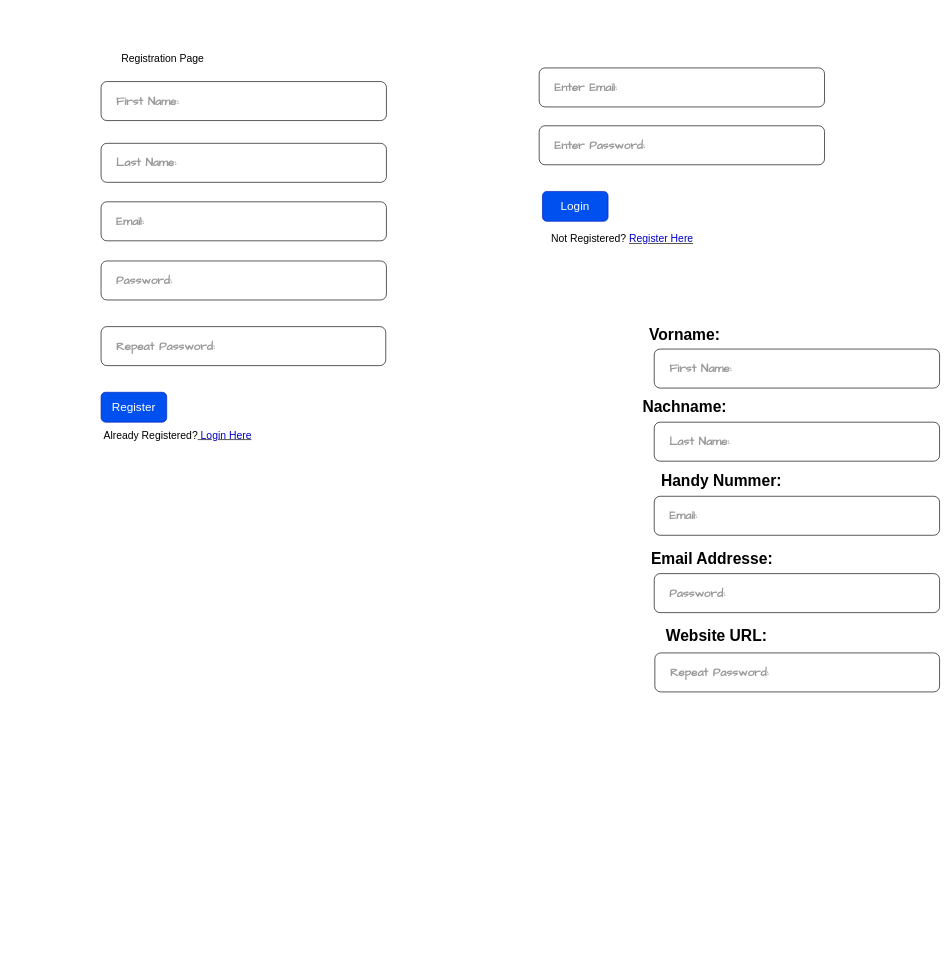
Yousefi313/IT_LF12a_Project keeps this draw.io diagram as mockUpFolder/GUI_Entwurf.drawio. Above is the earlier version. Source tidied: cells renumbered, new cells numbered last; positions are measured from the earlier drawing's top-left corner, leaving out a move shared by most shapes. Both pictures are drawn from the tidied source at 65%, with x=0, y=0 at pixel (88, 48).
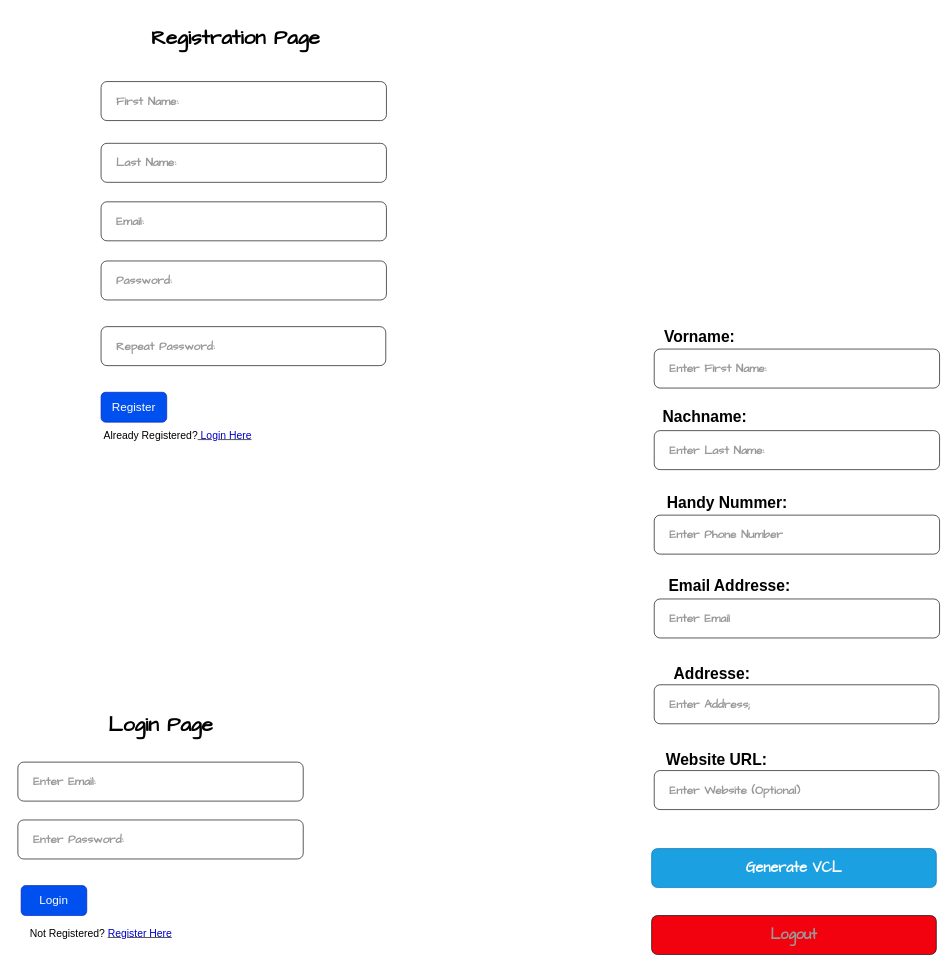
The same diagram, later.

Diff of the diagram source:
```diff
@@
-    <mxCell id="9" value="Registration Page" style="text;html=1;align=center;verticalAlign=middle;whiteSpace=wrap;rounded=0;fontSize=16;" parent="1" vertex="1">
-      <mxGeometry x="18" width="194" height="30" as="geometry" />
+    <mxCell id="9" value="&lt;h1&gt;&lt;font face=&quot;Comic Sans MS&quot;&gt;Registration Page&lt;/font&gt;&lt;/h1&gt;" style="text;html=1;align=center;verticalAlign=middle;whiteSpace=wrap;rounded=0;fontSize=16;" parent="1" vertex="1">
+      <mxGeometry x="36" y="-31" width="382" height="30" as="geometry" />
     </mxCell>
     <mxCell id="10" value="&lt;h2&gt;&lt;font style=&quot;&quot; color=&quot;#999999&quot; face=&quot;Comic Sans MS&quot;&gt;&amp;nbsp; &amp;nbsp;Enter Email:&lt;/font&gt;&lt;/h2&gt;" style="rounded=1;whiteSpace=wrap;html=1;align=left;" parent="1" vertex="1">
-      <mxGeometry x="694" y="30" width="439" height="60" as="geometry" />
+      <mxGeometry x="-108" y="1098" width="439" height="60" as="geometry" />
     </mxCell>
     <mxCell id="11" value="&lt;h2&gt;&lt;font style=&quot;&quot; color=&quot;#999999&quot; face=&quot;Comic Sans MS&quot;&gt;&amp;nbsp; &amp;nbsp;Enter Password:&lt;/font&gt;&lt;/h2&gt;" style="rounded=1;whiteSpace=wrap;html=1;align=left;" parent="1" vertex="1">
-      <mxGeometry x="694" y="119" width="439" height="60" as="geometry" />
+      <mxGeometry x="-108" y="1187" width="439" height="60" as="geometry" />
     </mxCell>
     <mxCell id="12" value="&lt;font style=&quot;font-size: 18px;&quot;&gt;Login&lt;/font&gt;" style="rounded=1;whiteSpace=wrap;html=1;fillColor=#0050ef;fontColor=#ffffff;strokeColor=#001DBC;" parent="1" vertex="1">
-      <mxGeometry x="699" y="220" width="101" height="46" as="geometry" />
+      <mxGeometry x="-103" y="1288" width="101" height="46" as="geometry" />
     </mxCell>
     <mxCell id="13" value="Not Registered?&amp;nbsp;&lt;u&gt;&lt;font color=&quot;#0000cc&quot;&gt;Register Here&lt;/font&gt;&lt;/u&gt;" style="text;html=1;align=center;verticalAlign=middle;whiteSpace=wrap;rounded=0;fontSize=16;" parent="1" vertex="1">
-      <mxGeometry x="684" y="278" width="276" height="30" as="geometry" />
+      <mxGeometry x="-118" y="1346" width="276" height="30" as="geometry" />
     </mxCell>
-    <mxCell id="14" value="&lt;h2&gt;&lt;font color=&quot;#999999&quot; face=&quot;Comic Sans MS&quot;&gt;&amp;nbsp; &amp;nbsp;First Name:&lt;/font&gt;&lt;/h2&gt;" style="rounded=1;whiteSpace=wrap;html=1;align=left;strokeWidth=1;" parent="1" vertex="1">
+    <mxCell id="14" value="&lt;h2&gt;&lt;font color=&quot;#999999&quot; face=&quot;Comic Sans MS&quot;&gt;&amp;nbsp; &amp;nbsp;Enter First Name:&lt;/font&gt;&lt;/h2&gt;" style="rounded=1;whiteSpace=wrap;html=1;align=left;strokeWidth=1;" parent="1" vertex="1">
       <mxGeometry x="871" y="462.5" width="439" height="60" as="geometry" />
     </mxCell>
-    <mxCell id="15" value="&lt;h2&gt;&lt;font style=&quot;&quot; color=&quot;#999999&quot; face=&quot;Comic Sans MS&quot;&gt;&amp;nbsp; &amp;nbsp;Last Name:&lt;/font&gt;&lt;/h2&gt;" style="rounded=1;whiteSpace=wrap;html=1;align=left;" parent="1" vertex="1">
-      <mxGeometry x="871" y="575" width="439" height="60" as="geometry" />
+    <mxCell id="15" value="&lt;h2&gt;&lt;font style=&quot;&quot; color=&quot;#999999&quot; face=&quot;Comic Sans MS&quot;&gt;&amp;nbsp; &amp;nbsp;Enter Last Name:&lt;/font&gt;&lt;/h2&gt;" style="rounded=1;whiteSpace=wrap;html=1;align=left;" parent="1" vertex="1">
+      <mxGeometry x="871" y="588" width="439" height="60" as="geometry" />
     </mxCell>
-    <mxCell id="16" value="&lt;h2&gt;&lt;font style=&quot;&quot; color=&quot;#999999&quot; face=&quot;Comic Sans MS&quot;&gt;&amp;nbsp; &amp;nbsp;Repeat Password:&lt;/font&gt;&lt;/h2&gt;" style="rounded=1;whiteSpace=wrap;html=1;align=left;" parent="1" vertex="1">
-      <mxGeometry x="872" y="930" width="438" height="60" as="geometry" />
+    <mxCell id="16" value="&lt;h2&gt;&lt;font style=&quot;&quot; color=&quot;#999999&quot; face=&quot;Comic Sans MS&quot;&gt;&amp;nbsp; &amp;nbsp;Enter Address;&lt;/font&gt;&lt;/h2&gt;" style="rounded=1;whiteSpace=wrap;html=1;align=left;" parent="1" vertex="1">
+      <mxGeometry x="871" y="979" width="438" height="60" as="geometry" />
     </mxCell>
-    <mxCell id="17" value="&lt;h2&gt;&lt;font style=&quot;&quot; color=&quot;#999999&quot; face=&quot;Comic Sans MS&quot;&gt;&amp;nbsp; &amp;nbsp;Password:&lt;/font&gt;&lt;/h2&gt;" style="rounded=1;whiteSpace=wrap;html=1;align=left;" parent="1" vertex="1">
-      <mxGeometry x="871" y="808" width="439" height="60" as="geometry" />
+    <mxCell id="17" value="&lt;h2&gt;&lt;font face=&quot;Comic Sans MS&quot; color=&quot;#999999&quot;&gt;&amp;nbsp; &amp;nbsp;Enter Email&lt;/font&gt;&lt;/h2&gt;" style="rounded=1;whiteSpace=wrap;html=1;align=left;" parent="1" vertex="1">
+      <mxGeometry x="871" y="847" width="439" height="60" as="geometry" />
     </mxCell>
-    <mxCell id="18" value="&lt;h2&gt;&lt;font style=&quot;&quot; color=&quot;#999999&quot; face=&quot;Comic Sans MS&quot;&gt;&amp;nbsp; &amp;nbsp;Email:&lt;/font&gt;&lt;/h2&gt;" style="rounded=1;whiteSpace=wrap;html=1;align=left;" parent="1" vertex="1">
-      <mxGeometry x="871" y="689" width="439" height="60" as="geometry" />
+    <mxCell id="18" value="&lt;h2&gt;&lt;font face=&quot;Comic Sans MS&quot; color=&quot;#999999&quot;&gt;&amp;nbsp; &amp;nbsp;Enter Phone Number&lt;/font&gt;&lt;/h2&gt;" style="rounded=1;whiteSpace=wrap;html=1;align=left;" parent="1" vertex="1">
+      <mxGeometry x="871" y="718" width="439" height="60" as="geometry" />
     </mxCell>
     <mxCell id="19" value="&lt;h2&gt;&lt;b&gt;Vorname:&lt;/b&gt;&lt;/h2&gt;" style="text;html=1;align=center;verticalAlign=middle;whiteSpace=wrap;rounded=0;fontSize=16;" parent="1" vertex="1">
-      <mxGeometry x="829" y="411" width="178" height="59" as="geometry" />
+      <mxGeometry x="852" y="414" width="178" height="59" as="geometry" />
     </mxCell>
     <mxCell id="20" value="&lt;h2&gt;&lt;b&gt;Nachname:&lt;/b&gt;&lt;/h2&gt;" style="text;html=1;align=center;verticalAlign=middle;whiteSpace=wrap;rounded=0;fontSize=16;" parent="1" vertex="1">
-      <mxGeometry x="829" y="522.5" width="178" height="59" as="geometry" />
+      <mxGeometry x="860" y="537" width="178" height="59" as="geometry" />
     </mxCell>
     <mxCell id="21" value="&lt;h2&gt;&lt;b&gt;Handy Nummer:&lt;/b&gt;&lt;/h2&gt;" style="text;html=1;align=center;verticalAlign=middle;whiteSpace=wrap;rounded=0;fontSize=16;" parent="1" vertex="1">
-      <mxGeometry x="829" y="635" width="291" height="59" as="geometry" />
+      <mxGeometry x="838" y="669" width="291" height="59" as="geometry" />
     </mxCell>
     <mxCell id="22" value="&lt;h2&gt;&lt;b&gt;Email Addresse:&lt;/b&gt;&lt;/h2&gt;" style="text;html=1;align=center;verticalAlign=middle;whiteSpace=wrap;rounded=0;fontSize=16;" parent="1" vertex="1">
-      <mxGeometry x="824.5" y="755" width="269.5" height="59" as="geometry" />
+      <mxGeometry x="852" y="798" width="269.5" height="59" as="geometry" />
     </mxCell>
-    <mxCell id="23" value="&lt;h2&gt;&lt;b&gt;Website URL:&lt;/b&gt;&lt;/h2&gt;" style="text;html=1;align=center;verticalAlign=middle;whiteSpace=wrap;rounded=0;fontSize=16;" parent="1" vertex="1">
-      <mxGeometry x="878" y="874" width="178" height="59" as="geometry" />
+    <mxCell id="23" value="&lt;h2&gt;&lt;b&gt;Addresse:&lt;/b&gt;&lt;/h2&gt;" style="text;html=1;align=center;verticalAlign=middle;whiteSpace=wrap;rounded=0;fontSize=16;" parent="1" vertex="1">
+      <mxGeometry x="871" y="932" width="178" height="59" as="geometry" />
     </mxCell>
+    <mxCell id="24" value="&lt;h2&gt;&lt;b&gt;Website URL:&lt;/b&gt;&lt;/h2&gt;" style="text;html=1;align=center;verticalAlign=middle;whiteSpace=wrap;rounded=0;fontSize=16;" parent="1" vertex="1">
+      <mxGeometry x="878" y="1065" width="178" height="59" as="geometry" />
+    </mxCell>
+    <mxCell id="25" value="&lt;h2&gt;&lt;font style=&quot;&quot; color=&quot;#999999&quot; face=&quot;Comic Sans MS&quot;&gt;&amp;nbsp; &amp;nbsp;Enter Website (Optional)&lt;/font&gt;&lt;/h2&gt;" style="rounded=1;whiteSpace=wrap;html=1;align=left;" parent="1" vertex="1">
+      <mxGeometry x="871" y="1111" width="438" height="60" as="geometry" />
+    </mxCell>
+    <mxCell id="26" value="&lt;h2&gt;&lt;font style=&quot;font-size: 22px;&quot; face=&quot;Comic Sans MS&quot;&gt;Generate VCL&lt;/font&gt;&lt;/h2&gt;" style="rounded=1;whiteSpace=wrap;html=1;align=center;fillColor=#1ba1e2;fontColor=#ffffff;strokeColor=#006EAF;" parent="1" vertex="1">
+      <mxGeometry x="867" y="1231" width="438" height="60" as="geometry" />
+    </mxCell>
+    <mxCell id="27" value="&lt;h2&gt;&lt;font style=&quot;font-size: 22px;&quot; color=&quot;#999999&quot; face=&quot;Comic Sans MS&quot;&gt;Logout&lt;/font&gt;&lt;/h2&gt;" style="rounded=1;whiteSpace=wrap;html=1;align=center;fillColor=#F2020E;" parent="1" vertex="1">
+      <mxGeometry x="867" y="1334" width="438" height="60" as="geometry" />
+    </mxCell>
+    <mxCell id="28" value="&lt;h1&gt;&lt;font face=&quot;Comic Sans MS&quot;&gt;Login Page&lt;/font&gt;&lt;/h1&gt;" style="text;html=1;align=center;verticalAlign=middle;whiteSpace=wrap;rounded=0;fontSize=16;" parent="1" vertex="1">
+      <mxGeometry x="-79.5" y="1025" width="382" height="30" as="geometry" />
+    </mxCell>
```
